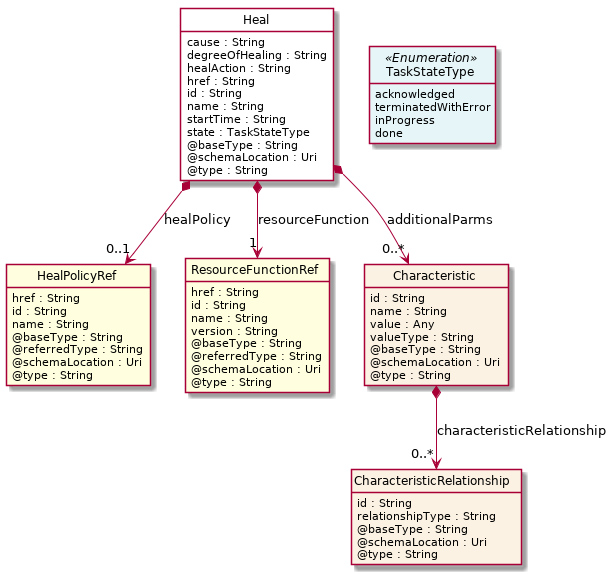
Above: apis/TMF664_Resource_Function_Activation/documentation/diagrams/Resource_Heal.png in tmforum-apis/Open_Api_And_Data_Model (PlantUML), before the change.
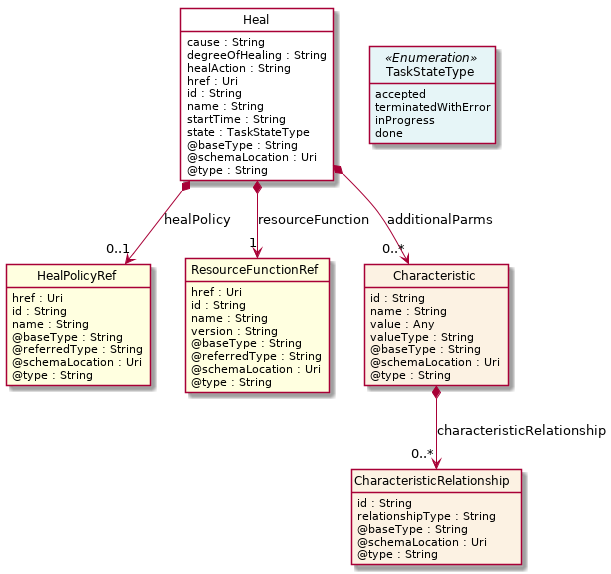
After the commit.

Change to the diagram source:
```diff
@@ -14,7 +14,7 @@
     cause : String
     degreeOfHealing : String
     healAction : String
-    href : String
+    href : Uri
     id : String
     name : String
     startTime : String
@@ -25,14 +25,14 @@
 }
 
 class TaskStateType <<Enumeration>> {
-    acknowledged
+    accepted
     terminatedWithError
     inProgress
     done
 }
 
 class HealPolicyRef  <<Ref>> {
-    href : String
+    href : Uri
     id : String
     name : String
     @baseType : String
@@ -42,7 +42,7 @@
 }
 
 class ResourceFunctionRef  <<Ref>> {
-    href : String
+    href : Uri
     id : String
     name : String
     version : String
```
